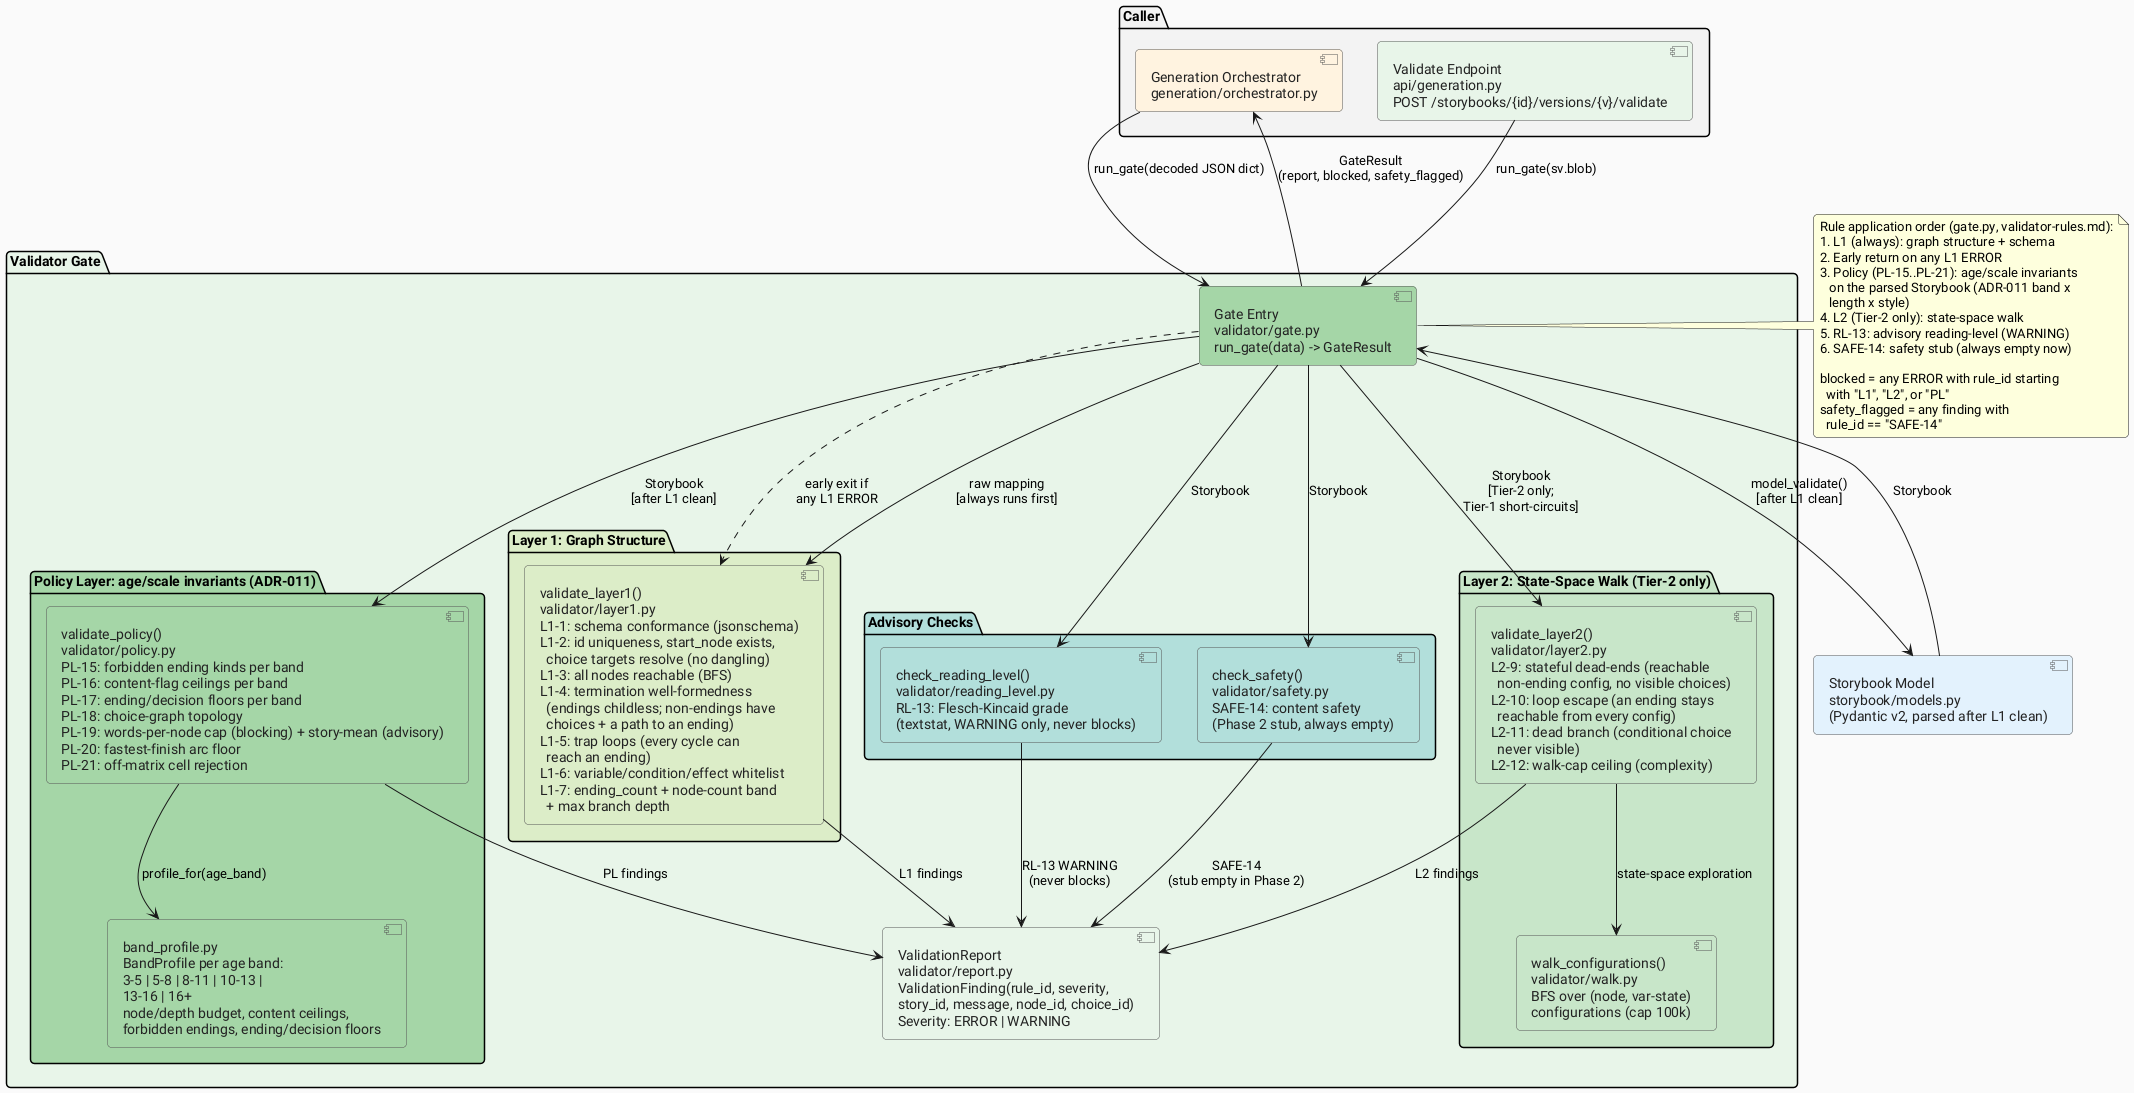
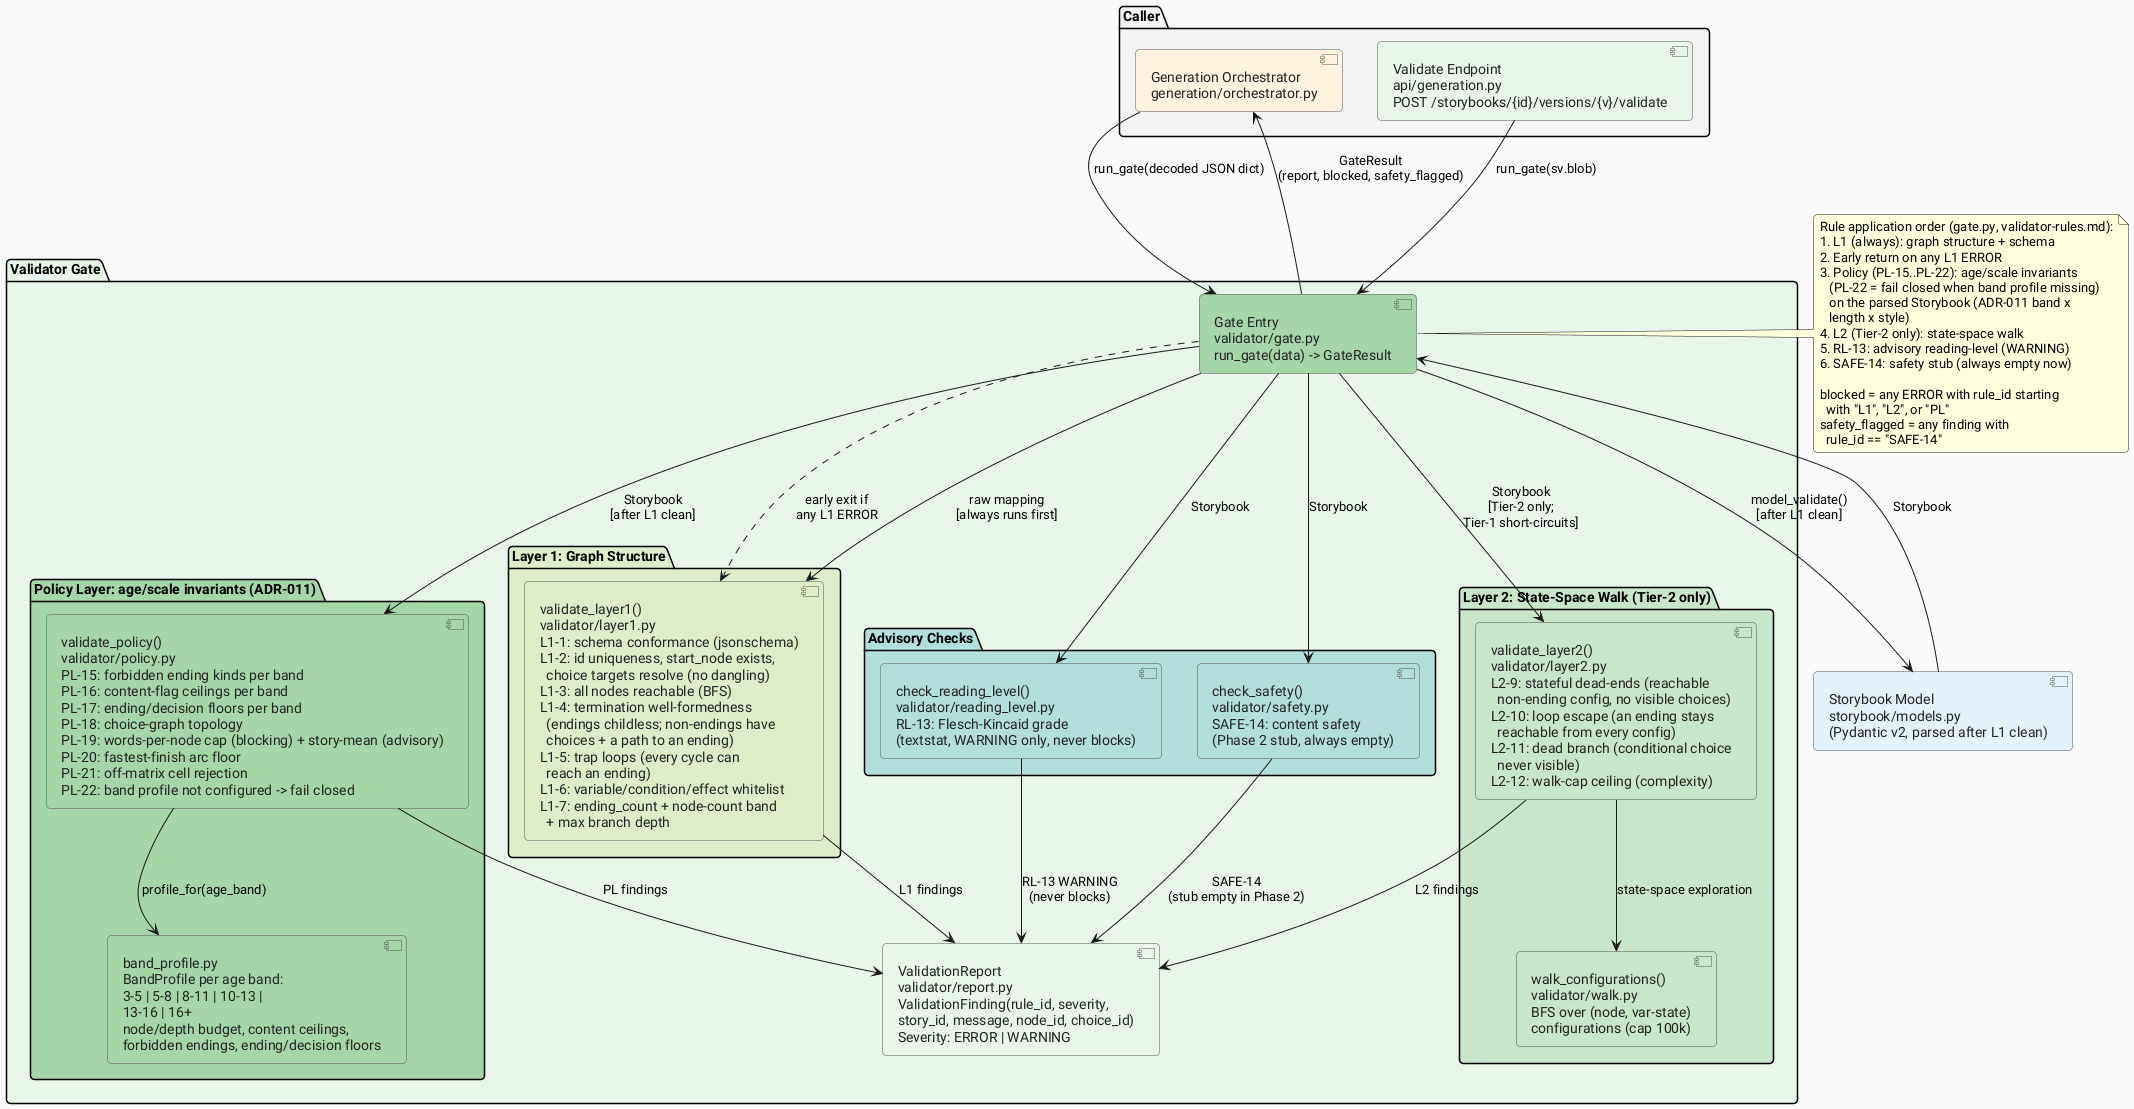
@startuml component-validator
' ============================================================
' Component Diagram: Validator Gate
' CYO Adventure
'
' Source files:
'   src/cyo_adventure/validator/gate.py          (run_gate, GateResult)
'   src/cyo_adventure/validator/layer1.py        (L1-1..L1-7 graph rules)
- '   src/cyo_adventure/validator/policy.py        (PL-15..PL-21 age/scale policy)
+ '   src/cyo_adventure/validator/policy.py        (PL-15..PL-22 age/scale policy)
'   src/cyo_adventure/validator/band_profile.py  (BandProfile per age band,
'                                                  six bands: 3-5, 5-8, 8-11,
'                                                  10-13, 13-16, 16+)
'   src/cyo_adventure/validator/layer2.py        (L2-9..L2-12 state-space)
'   src/cyo_adventure/validator/reading_level.py (RL-13, advisory)
'   src/cyo_adventure/validator/safety.py        (SAFE-14, Phase 2 stub)
'   src/cyo_adventure/validator/walk.py          (state-space walk)
'   src/cyo_adventure/validator/report.py        (ValidationReport, Finding, Severity)
'   docs/planning/validator-rules.md
'   docs/planning/adr/adr-011-story-scale-framework.md (band x length x style)
' ============================================================

skinparam defaultFontName "Roboto"
skinparam backgroundColor #FAFAFA
skinparam roundCorner 8
skinparam componentStyle uml2

skinparam component {
  BorderColor #555555
  FontColor #222222
}

package "Validator Gate" #E8F5E9 {

  component "Gate Entry\nvalidator/gate.py\nrun_gate(data) -> GateResult" as gate #A5D6A7

  package "Layer 1: Graph Structure" #DCEDC8 {
    component "validate_layer1()\nvalidator/layer1.py\nL1-1: schema conformance (jsonschema)\nL1-2: id uniqueness, start_node exists,\n  choice targets resolve (no dangling)\nL1-3: all nodes reachable (BFS)\nL1-4: termination well-formedness\n  (endings childless; non-endings have\n  choices + a path to an ending)\nL1-5: trap loops (every cycle can\n  reach an ending)\nL1-6: variable/condition/effect whitelist\nL1-7: ending_count + node-count band\n  + max branch depth" as layer1 #DCEDC8
  }

  package "Policy Layer: age/scale invariants (ADR-011)" #A5D6A7 {
-     component "validate_policy()\nvalidator/policy.py\nPL-15: forbidden ending kinds per band\nPL-16: content-flag ceilings per band\nPL-17: ending/decision floors per band\nPL-18: choice-graph topology\nPL-19: words-per-node cap (blocking) + story-mean (advisory)\nPL-20: fastest-finish arc floor\nPL-21: off-matrix cell rejection" as policy #A5D6A7
+     component "validate_policy()\nvalidator/policy.py\nPL-15: forbidden ending kinds per band\nPL-16: content-flag ceilings per band\nPL-17: ending/decision floors per band\nPL-18: choice-graph topology\nPL-19: words-per-node cap (blocking) + story-mean (advisory)\nPL-20: fastest-finish arc floor\nPL-21: off-matrix cell rejection\nPL-22: band profile not configured -> fail closed" as policy #A5D6A7

    component "band_profile.py\nBandProfile per age band:\n3-5 | 5-8 | 8-11 | 10-13 |\n13-16 | 16+\nnode/depth budget, content ceilings,\nforbidden endings, ending/decision floors" as band_profile #A5D6A7
  }

  package "Layer 2: State-Space Walk (Tier-2 only)" #C8E6C9 {
    component "validate_layer2()\nvalidator/layer2.py\nL2-9: stateful dead-ends (reachable\n  non-ending config, no visible choices)\nL2-10: loop escape (an ending stays\n  reachable from every config)\nL2-11: dead branch (conditional choice\n  never visible)\nL2-12: walk-cap ceiling (complexity)" as layer2 #C8E6C9
    component "walk_configurations()\nvalidator/walk.py\nBFS over (node, var-state)\nconfigurations (cap 100k)" as walk_comp #C8E6C9
  }

  package "Advisory Checks" #B2DFDB {
    component "check_reading_level()\nvalidator/reading_level.py\nRL-13: Flesch-Kincaid grade\n(textstat, WARNING only, never blocks)" as reading_level #B2DFDB

    component "check_safety()\nvalidator/safety.py\nSAFE-14: content safety\n(Phase 2 stub, always empty)" as safety #B2DFDB
  }

  component "ValidationReport\nvalidator/report.py\nValidationFinding(rule_id, severity,\nstory_id, message, node_id, choice_id)\nSeverity: ERROR | WARNING" as report #E8F5E9

}

package "Caller" #F3F3F3 {
  component "Generation Orchestrator\ngeneration/orchestrator.py" as orch_caller #FFF3E0
  component "Validate Endpoint\napi/generation.py\nPOST /storybooks/{id}/versions/{v}/validate" as api_caller #E8F5E9
}

component "Storybook Model\nstorybook/models.py\n(Pydantic v2, parsed after L1 clean)" as storybook_model #E3F2FD

' --- Relationships ---
orch_caller --> gate : "run_gate(decoded JSON dict)"
api_caller --> gate : "run_gate(sv.blob)"

gate --> layer1 : "raw mapping\n[always runs first]"
layer1 --> report : "L1 findings"
gate ..> layer1 : "early exit if\nany L1 ERROR"
gate --> storybook_model : "model_validate()\n[after L1 clean]"
storybook_model --> gate : "Storybook"
gate --> policy : "Storybook\n[after L1 clean]"
policy --> band_profile : "profile_for(age_band)"
policy --> report : "PL findings"
gate --> layer2 : "Storybook\n[Tier-2 only;\nTier-1 short-circuits]"
layer2 --> walk_comp : "state-space exploration"
layer2 --> report : "L2 findings"
gate --> reading_level : "Storybook"
reading_level --> report : "RL-13 WARNING\n(never blocks)"
gate --> safety : "Storybook"
safety --> report : "SAFE-14\n(stub empty in Phase 2)"

gate --> orch_caller : "GateResult\n(report, blocked, safety_flagged)"

note right of gate
  Rule application order (gate.py, validator-rules.md):
  1. L1 (always): graph structure + schema
  2. Early return on any L1 ERROR
-   3. Policy (PL-15..PL-21): age/scale invariants
+   3. Policy (PL-15..PL-22): age/scale invariants
+      (PL-22 = fail closed when band profile missing)
     on the parsed Storybook (ADR-011 band x
     length x style)
  4. L2 (Tier-2 only): state-space walk
  5. RL-13: advisory reading-level (WARNING)
  6. SAFE-14: safety stub (always empty now)

  blocked = any ERROR with rule_id starting
    with "L1", "L2", or "PL"
  safety_flagged = any finding with
    rule_id == "SAFE-14"
end note

@enduml
